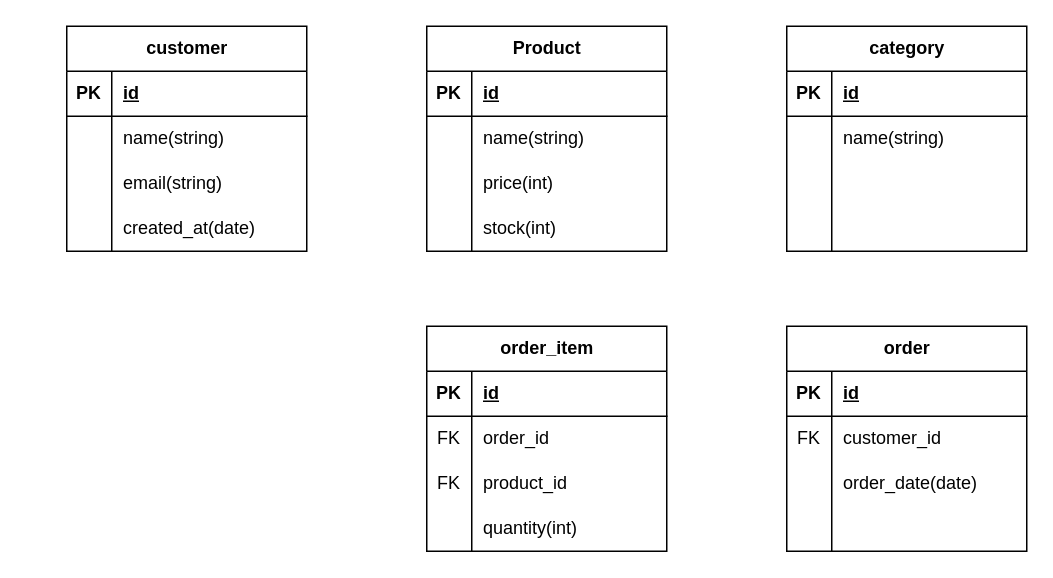
Before: course 2/week6/assignment1/prisma assignment 1.drawio in ViktorOlausson/SundsgardenYH, a draw.io diagram. Source tidied: cells renumbered, new cells numbered last; positions are measured from the earlier drawing's top-left corner, leaving out a move shared by most shapes. Both pictures are drawn from the tidied source at 150%, with x=0, y=0 at pixel (66, 26).
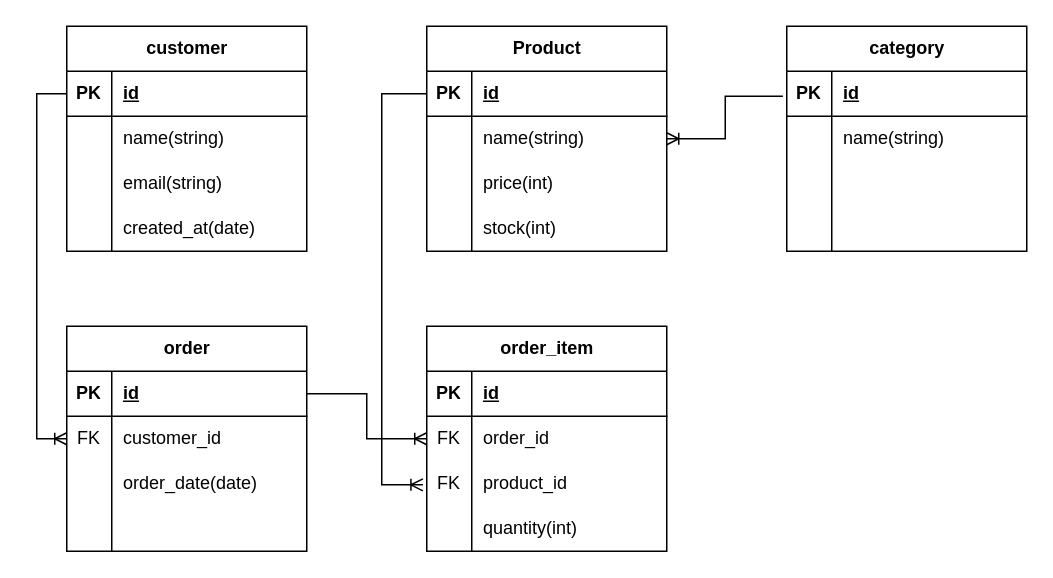
The same diagram, later.

Unchanged cells that the change refers to:
```xml
<mxCell id="3" style="shape=tableRow;horizontal=0;startSize=0;swimlaneHead=0;swimlaneBody=0;fillColor=none;points=[[0,0.5],[1,0.5]];portConstraint=eastwest;top=0;left=0;right=0;bottom=1;" parent="2" vertex="1">
  <mxGeometry y="30" width="160" height="30" as="geometry" />
</mxCell>
<mxCell id="15" value="Product" style="shape=table;startSize=30;childLayout=tableLayout;rowLines=0;fontStyle=1;align=center;html=1;" parent="1" vertex="1">
  <mxGeometry x="240" width="160" height="150" as="geometry" />
</mxCell>
<mxCell id="16" style="shape=tableRow;horizontal=0;startSize=0;swimlaneHead=0;swimlaneBody=0;fillColor=none;points=[[0,0.5],[1,0.5]];portConstraint=eastwest;top=0;left=0;right=0;bottom=1;" parent="15" vertex="1">
  <mxGeometry y="30" width="160" height="30" as="geometry" />
</mxCell>
<mxCell id="29" style="shape=tableRow;horizontal=0;startSize=0;swimlaneHead=0;swimlaneBody=0;fillColor=none;points=[[0,0.5],[1,0.5]];portConstraint=eastwest;top=0;left=0;right=0;bottom=1;" parent="28" vertex="1">
  <mxGeometry y="30" width="160" height="30" as="geometry" />
</mxCell>
<mxCell id="42" style="shape=tableRow;horizontal=0;startSize=0;swimlaneHead=0;swimlaneBody=0;fillColor=none;points=[[0,0.5],[1,0.5]];portConstraint=eastwest;top=0;left=0;right=0;bottom=1;" parent="41" vertex="1">
  <mxGeometry y="30" width="160" height="30" as="geometry" />
</mxCell>
<mxCell id="45" style="shape=tableRow;horizontal=0;startSize=0;swimlaneHead=0;swimlaneBody=0;fillColor=none;points=[[0,0.5],[1,0.5]];portConstraint=eastwest;top=0;left=0;right=0;bottom=0;" parent="41" vertex="1">
  <mxGeometry y="60" width="160" height="30" as="geometry" />
</mxCell>
<mxCell id="58" style="shape=tableRow;horizontal=0;startSize=0;swimlaneHead=0;swimlaneBody=0;fillColor=none;points=[[0,0.5],[1,0.5]];portConstraint=eastwest;top=0;left=0;right=0;bottom=0;" parent="54" vertex="1">
  <mxGeometry y="60" width="160" height="30" as="geometry" />
</mxCell>
<mxCell id="61" style="shape=tableRow;horizontal=0;startSize=0;swimlaneHead=0;swimlaneBody=0;fillColor=none;points=[[0,0.5],[1,0.5]];portConstraint=eastwest;top=0;left=0;right=0;bottom=0;" parent="54" vertex="1">
  <mxGeometry y="90" width="160" height="30" as="geometry" />
</mxCell>
```

What changed in the source:
```diff
@@
     <mxCell id="41" value="order" style="shape=table;startSize=30;childLayout=tableLayout;rowLines=0;fontStyle=1;align=center;html=1;" parent="1" vertex="1">
-      <mxGeometry x="480" y="200" width="160" height="150" as="geometry" />
+      <mxGeometry y="200" width="160" height="150" as="geometry" />
     </mxCell>
@@
+    <mxCell id="67" style="edgeStyle=elbowEdgeStyle;fontSize=12;html=1;endArrow=ERoneToMany;rounded=0;entryX=0;entryY=0.5;entryDx=0;entryDy=0;exitX=0;exitY=0.5;exitDx=0;exitDy=0;" parent="1" edge="1" source="3" target="45">
+      <mxGeometry relative="1" as="geometry">
+        <Array as="points">
+          <mxPoint x="-20" y="180" />
+        </Array>
+      </mxGeometry>
+    </mxCell>
+    <mxCell id="68" style="edgeStyle=elbowEdgeStyle;fontSize=12;html=1;endArrow=ERoneToMany;rounded=0;entryX=0;entryY=0.5;entryDx=0;entryDy=0;" parent="1" edge="1" source="42" target="58">
+      <mxGeometry relative="1" as="geometry" />
+    </mxCell>
+    <mxCell id="69" style="edgeStyle=elbowEdgeStyle;fontSize=12;html=1;endArrow=ERoneToMany;rounded=0;entryX=-0.016;entryY=0.524;entryDx=0;entryDy=0;entryPerimeter=0;exitX=0;exitY=0.5;exitDx=0;exitDy=0;" parent="1" edge="1" source="16" target="61">
+      <mxGeometry relative="1" as="geometry">
+        <Array as="points">
+          <mxPoint x="210" y="180" />
+        </Array>
+      </mxGeometry>
+    </mxCell>
+    <mxCell id="70" style="edgeStyle=elbowEdgeStyle;fontSize=12;html=1;endArrow=ERoneToMany;rounded=0;exitX=-0.016;exitY=0.556;exitDx=0;exitDy=0;exitPerimeter=0;" parent="1" edge="1" source="29" target="15">
+      <mxGeometry relative="1" as="geometry" />
+    </mxCell>
```
